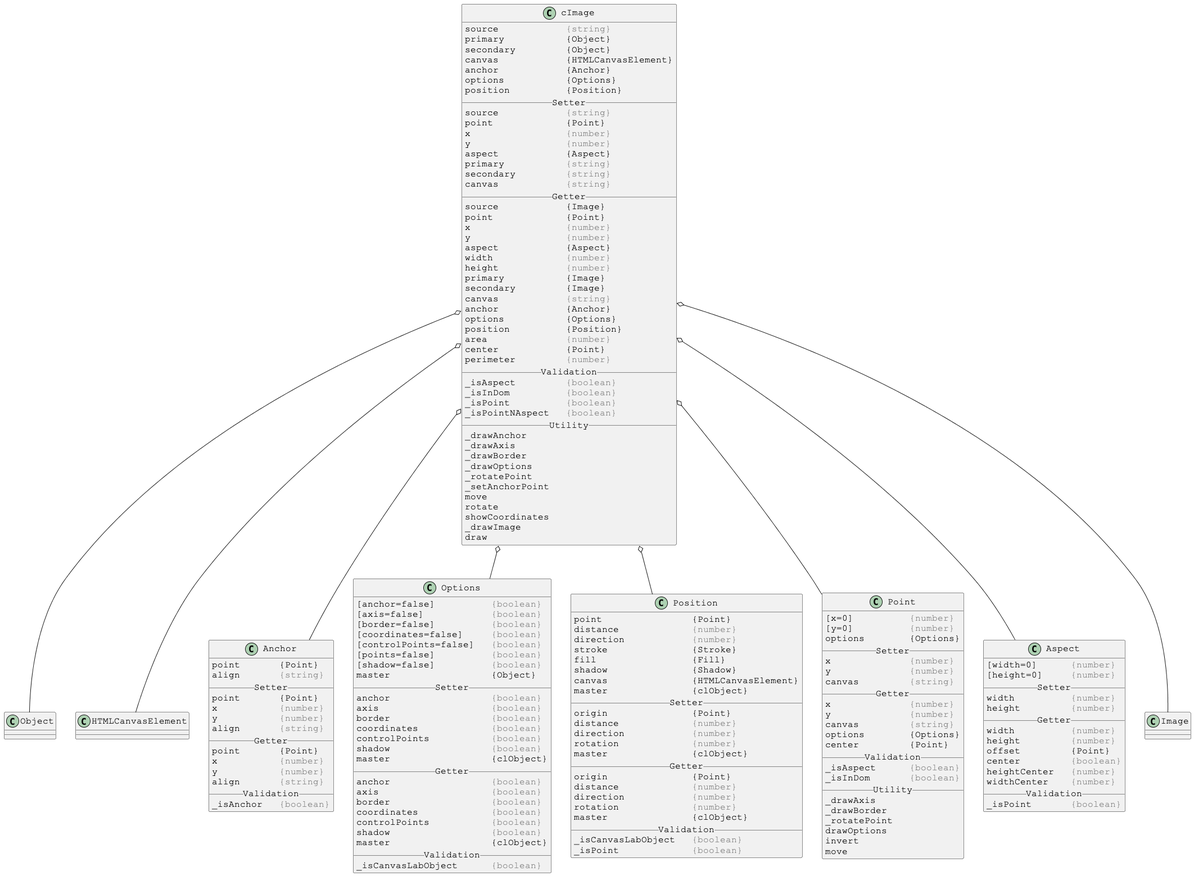
Before: docs/PlantUml/image/linked/cImage-linked.png, a diagram exported from PlantUML (Justin-Byrne/canvasLab).
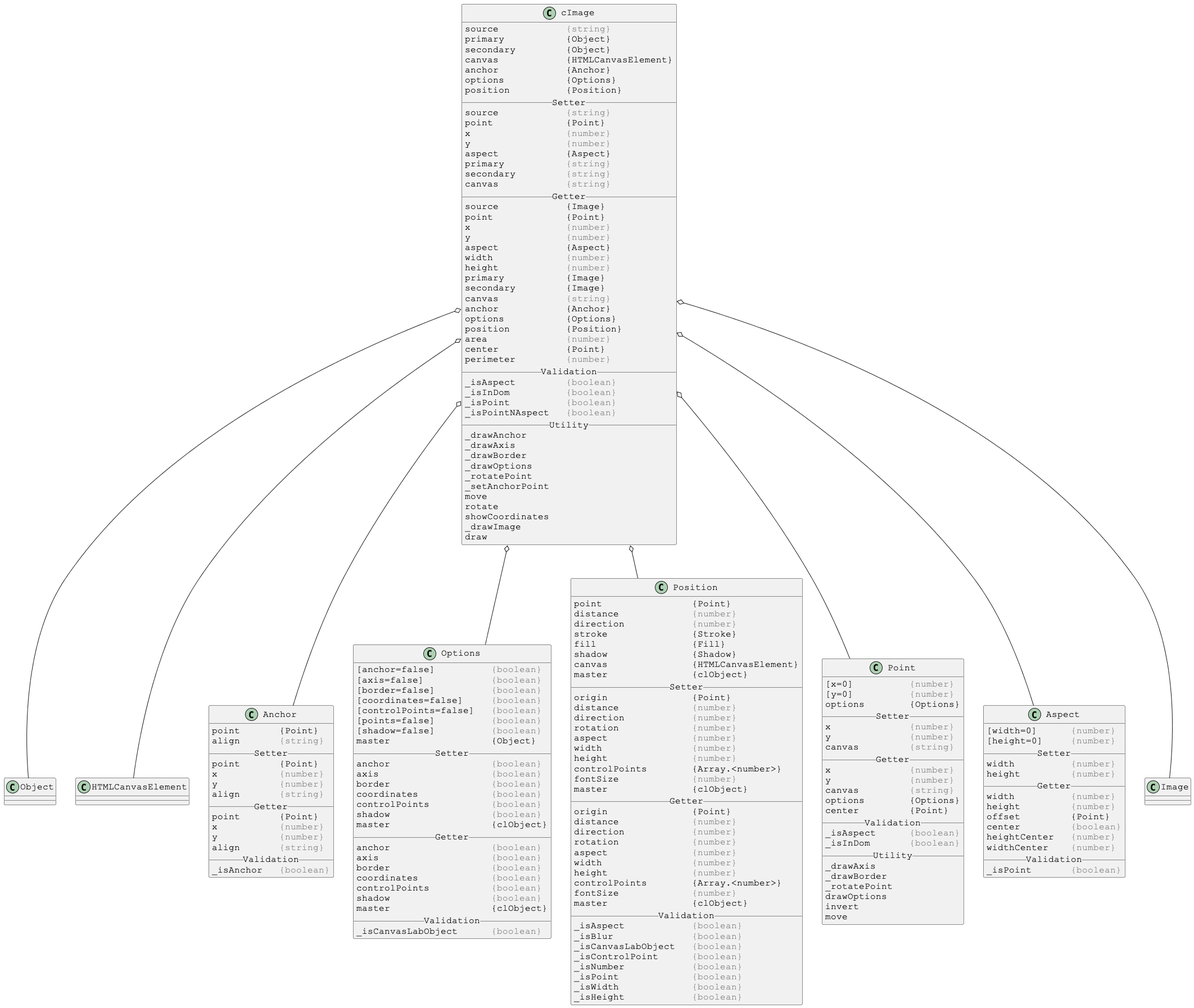
The same file after the commit.

What changed in the source:
```diff
@@ -140,16 +140,32 @@
 distance             <color:gray>{number}</color>
 direction            <color:gray>{number}</color>
 rotation             <color:gray>{number}</color>
+aspect               <color:gray>{number}</color>
+width                <color:gray>{number}</color>
+height               <color:gray>{number}</color>
+controlPoints        {Array.<number>}
+fontSize             <color:gray>{number}</color>
 master               {clObject}
 __ Getter __
 origin               {Point}
 distance             <color:gray>{number}</color>
 direction            <color:gray>{number}</color>
 rotation             <color:gray>{number}</color>
+aspect               <color:gray>{number}</color>
+width                <color:gray>{number}</color>
+height               <color:gray>{number}</color>
+controlPoints        {Array.<number>}
+fontSize             <color:gray>{number}</color>
 master               {clObject}
 __ Validation __
+_isAspect            <color:gray>{boolean}</color>
+_isBlur              <color:gray>{boolean}</color>
 _isCanvasLabObject   <color:gray>{boolean}</color>
+_isControlPoint      <color:gray>{boolean}</color>
+_isNumber            <color:gray>{boolean}</color>
 _isPoint             <color:gray>{boolean}</color>
+_isWidth             <color:gray>{boolean}</color>
+_isHeight            <color:gray>{boolean}</color>
 }
 
 
```
